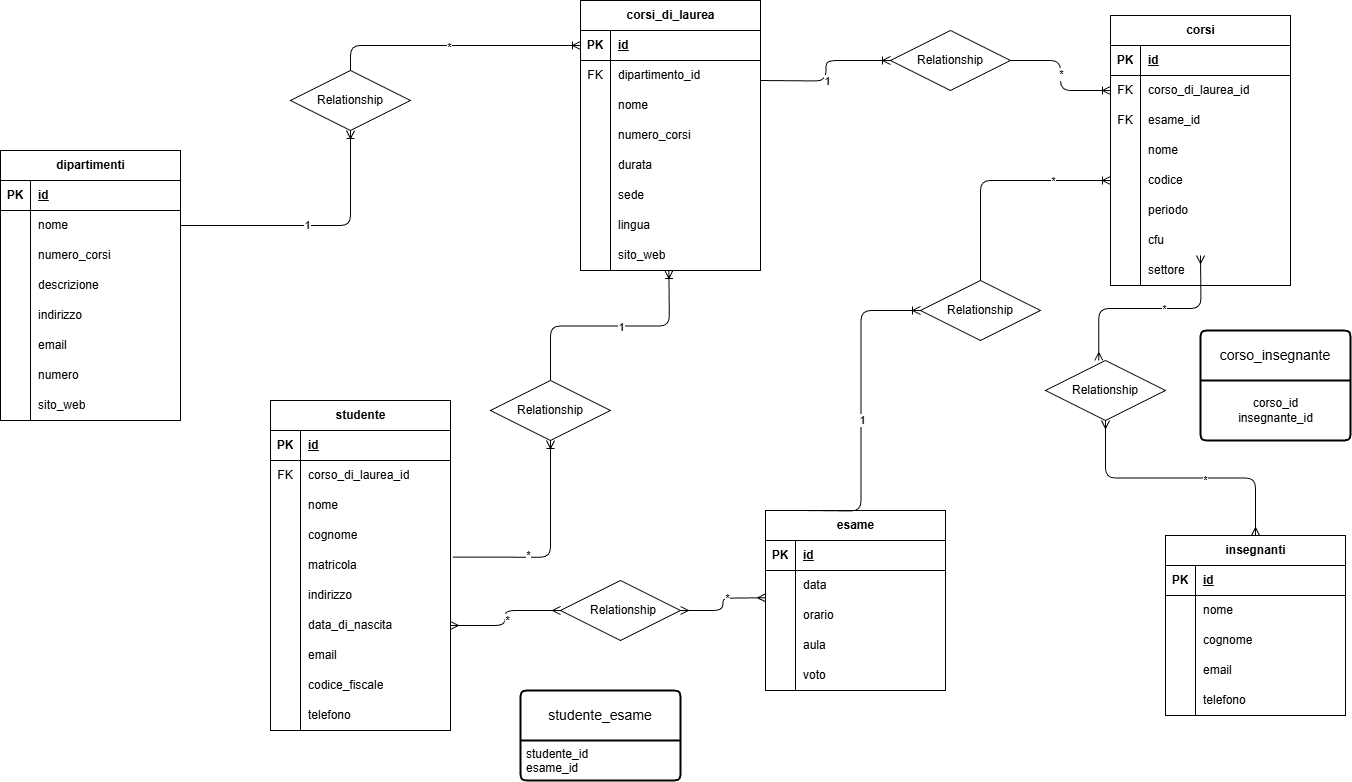
carminenicotera/db-university keeps this draw.io diagram as schema.png. Above is the earlier version. Source tidied: cells renumbered, new cells last; positions are measured from the earlier drawing's top-left corner, leaving out a move shared by most shapes.
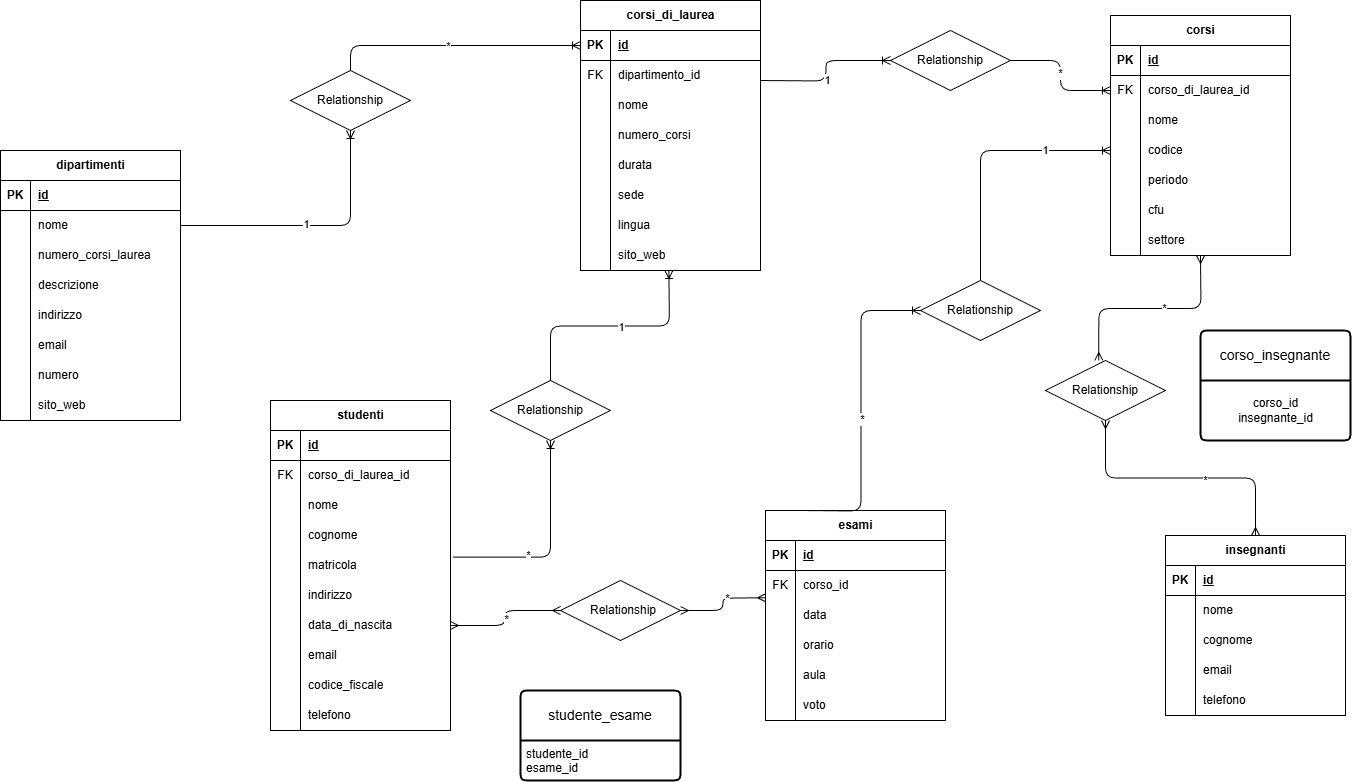
After the commit.

Diff of the diagram source:
```diff
@@ -29,7 +29,7 @@
     <mxCell id="10" style="shape=partialRectangle;fillColor=none;top=0;left=0;bottom=0;right=0;overflow=hidden;whiteSpace=wrap;html=1;" parent="9" vertex="1">
       <mxGeometry width="30" height="30" as="geometry" />
     </mxCell>
-    <mxCell id="11" value="numero_corsi" style="shape=partialRectangle;fillColor=none;top=0;left=0;bottom=0;right=0;align=left;spacingLeft=6;overflow=hidden;whiteSpace=wrap;html=1;" parent="9" vertex="1">
+    <mxCell id="11" value="numero_corsi_laurea" style="shape=partialRectangle;fillColor=none;top=0;left=0;bottom=0;right=0;align=left;spacingLeft=6;overflow=hidden;whiteSpace=wrap;html=1;" parent="9" vertex="1">
       <mxGeometry x="30" width="150" height="30" as="geometry" />
     </mxCell>
     <mxCell id="12" style="shape=tableRow;horizontal=0;startSize=0;swimlaneHead=0;swimlaneBody=0;fillColor=none;top=0;left=0;right=0;bottom=0;" parent="2" vertex="1">
@@ -153,7 +153,7 @@
       <mxGeometry x="30" width="150" height="30" as="geometry" />
     </mxCell>
     <mxCell id="52" value="corsi" style="shape=table;startSize=30;rowLines=0;fontStyle=1;align=center;html=1;" parent="1" vertex="1">
-      <mxGeometry x="1110" y="15" width="180" height="270" as="geometry" />
+      <mxGeometry x="1110" y="15" width="180" height="240" as="geometry" />
     </mxCell>
     <mxCell id="53" style="shape=tableRow;horizontal=0;startSize=0;swimlaneHead=0;swimlaneBody=0;fillColor=none;top=0;left=0;right=0;bottom=1;" parent="52" vertex="1">
       <mxGeometry y="30" width="180" height="30" as="geometry" />
@@ -173,17 +173,8 @@
     <mxCell id="58" value="corso_di_laurea_id" style="shape=partialRectangle;fillColor=none;top=0;left=0;bottom=0;right=0;align=left;spacingLeft=6;overflow=hidden;whiteSpace=wrap;html=1;" parent="56" vertex="1">
       <mxGeometry x="30" width="150" height="30" as="geometry" />
     </mxCell>
-    <mxCell id="59" style="shape=tableRow;horizontal=0;startSize=0;swimlaneHead=0;swimlaneBody=0;fillColor=none;top=0;left=0;right=0;bottom=0;" parent="52" vertex="1">
-      <mxGeometry y="90" width="180" height="30" as="geometry" />
-    </mxCell>
-    <mxCell id="60" value="FK" style="shape=partialRectangle;fillColor=none;top=0;left=0;bottom=0;right=0;overflow=hidden;whiteSpace=wrap;html=1;" parent="59" vertex="1">
-      <mxGeometry width="30" height="30" as="geometry" />
-    </mxCell>
-    <mxCell id="61" value="esame_id" style="shape=partialRectangle;fillColor=none;top=0;left=0;bottom=0;right=0;align=left;spacingLeft=6;overflow=hidden;whiteSpace=wrap;html=1;" parent="59" vertex="1">
-      <mxGeometry x="30" width="150" height="30" as="geometry" />
-    </mxCell>
     <mxCell id="62" style="shape=tableRow;horizontal=0;startSize=0;swimlaneHead=0;swimlaneBody=0;fillColor=none;top=0;left=0;right=0;bottom=0;" parent="52" vertex="1">
-      <mxGeometry y="120" width="180" height="30" as="geometry" />
+      <mxGeometry y="90" width="180" height="30" as="geometry" />
     </mxCell>
     <mxCell id="63" style="shape=partialRectangle;fillColor=none;top=0;left=0;bottom=0;right=0;overflow=hidden;whiteSpace=wrap;html=1;" parent="62" vertex="1">
       <mxGeometry width="30" height="30" as="geometry" />
@@ -192,7 +183,7 @@
       <mxGeometry x="30" width="150" height="30" as="geometry" />
     </mxCell>
     <mxCell id="65" style="shape=tableRow;horizontal=0;startSize=0;swimlaneHead=0;swimlaneBody=0;fillColor=none;points=[[0,0.5],[1,0.5]];portConstraint=eastwest;top=0;left=0;right=0;bottom=0;" parent="52" vertex="1">
-      <mxGeometry y="150" width="180" height="30" as="geometry" />
+      <mxGeometry y="120" width="180" height="30" as="geometry" />
     </mxCell>
     <mxCell id="66" style="shape=partialRectangle;fillColor=none;top=0;left=0;bottom=0;right=0;overflow=hidden;whiteSpace=wrap;html=1;" parent="65" vertex="1">
       <mxGeometry width="30" height="30" as="geometry" />
@@ -201,7 +192,7 @@
       <mxGeometry x="30" width="150" height="30" as="geometry" />
     </mxCell>
     <mxCell id="68" style="shape=tableRow;horizontal=0;startSize=0;swimlaneHead=0;swimlaneBody=0;fillColor=none;top=0;left=0;right=0;bottom=0;" parent="52" vertex="1">
-      <mxGeometry y="180" width="180" height="30" as="geometry" />
+      <mxGeometry y="150" width="180" height="30" as="geometry" />
     </mxCell>
     <mxCell id="69" style="shape=partialRectangle;fillColor=none;top=0;left=0;bottom=0;right=0;overflow=hidden;whiteSpace=wrap;html=1;" parent="68" vertex="1">
       <mxGeometry width="30" height="30" as="geometry" />
@@ -210,7 +201,7 @@
       <mxGeometry x="30" width="150" height="30" as="geometry" />
     </mxCell>
     <mxCell id="71" style="shape=tableRow;horizontal=0;startSize=0;swimlaneHead=0;swimlaneBody=0;fillColor=none;top=0;left=0;right=0;bottom=0;" parent="52" vertex="1">
-      <mxGeometry y="210" width="180" height="30" as="geometry" />
+      <mxGeometry y="180" width="180" height="30" as="geometry" />
     </mxCell>
     <mxCell id="72" style="shape=partialRectangle;fillColor=none;top=0;left=0;bottom=0;right=0;overflow=hidden;whiteSpace=wrap;html=1;" parent="71" vertex="1">
       <mxGeometry width="30" height="30" as="geometry" />
@@ -219,7 +210,7 @@
       <mxGeometry x="30" width="150" height="30" as="geometry" />
     </mxCell>
     <mxCell id="74" style="shape=tableRow;horizontal=0;startSize=0;swimlaneHead=0;swimlaneBody=0;fillColor=none;top=0;left=0;right=0;bottom=0;" parent="52" vertex="1">
-      <mxGeometry y="240" width="180" height="30" as="geometry" />
+      <mxGeometry y="210" width="180" height="30" as="geometry" />
     </mxCell>
     <mxCell id="75" style="shape=partialRectangle;fillColor=none;top=0;left=0;bottom=0;right=0;overflow=hidden;whiteSpace=wrap;html=1;" parent="74" vertex="1">
       <mxGeometry width="30" height="30" as="geometry" />
@@ -275,8 +266,8 @@
     <mxCell id="92" value="telefono" style="shape=partialRectangle;fillColor=none;top=0;left=0;bottom=0;right=0;align=left;spacingLeft=6;overflow=hidden;whiteSpace=wrap;html=1;" parent="90" vertex="1">
       <mxGeometry x="30" width="150" height="30" as="geometry" />
     </mxCell>
-    <mxCell id="93" value="esame" style="shape=table;startSize=30;rowLines=0;fontStyle=1;align=center;html=1;" parent="1" vertex="1">
-      <mxGeometry x="765" y="510" width="180" height="180" as="geometry" />
+    <mxCell id="93" value="esami" style="shape=table;startSize=30;rowLines=0;fontStyle=1;align=center;html=1;" parent="1" vertex="1">
+      <mxGeometry x="765" y="510" width="180" height="210" as="geometry" />
     </mxCell>
     <mxCell id="94" style="shape=tableRow;horizontal=0;startSize=0;swimlaneHead=0;swimlaneBody=0;fillColor=none;top=0;left=0;right=0;bottom=1;" parent="93" vertex="1">
       <mxGeometry y="30" width="180" height="30" as="geometry" />
@@ -290,14 +281,23 @@
     <mxCell id="97" style="shape=tableRow;horizontal=0;startSize=0;swimlaneHead=0;swimlaneBody=0;fillColor=none;top=0;left=0;right=0;bottom=0;" parent="93" vertex="1">
       <mxGeometry y="60" width="180" height="30" as="geometry" />
     </mxCell>
-    <mxCell id="98" style="shape=partialRectangle;fillColor=none;top=0;left=0;bottom=0;right=0;overflow=hidden;whiteSpace=wrap;html=1;" parent="97" vertex="1">
+    <mxCell id="98" value="FK" style="shape=partialRectangle;fillColor=none;top=0;left=0;bottom=0;right=0;overflow=hidden;whiteSpace=wrap;html=1;" parent="97" vertex="1">
       <mxGeometry width="30" height="30" as="geometry" />
     </mxCell>
-    <mxCell id="99" value="data" style="shape=partialRectangle;fillColor=none;top=0;left=0;bottom=0;right=0;align=left;spacingLeft=6;overflow=hidden;whiteSpace=wrap;html=1;" parent="97" vertex="1">
+    <mxCell id="99" value="corso_id" style="shape=partialRectangle;fillColor=none;top=0;left=0;bottom=0;right=0;align=left;spacingLeft=6;overflow=hidden;whiteSpace=wrap;html=1;" parent="97" vertex="1">
       <mxGeometry x="30" width="150" height="30" as="geometry" />
     </mxCell>
+    <mxCell id="59" style="shape=tableRow;horizontal=0;startSize=0;swimlaneHead=0;swimlaneBody=0;fillColor=none;top=0;left=0;right=0;bottom=0;" parent="93" vertex="1">
+      <mxGeometry y="90" width="180" height="30" as="geometry" />
+    </mxCell>
+    <mxCell id="174" style="shape=partialRectangle;fillColor=none;top=0;left=0;bottom=0;right=0;overflow=hidden;whiteSpace=wrap;html=1;" parent="59" vertex="1">
+      <mxGeometry width="30" height="30" as="geometry" />
+    </mxCell>
+    <mxCell id="175" value="data" style="shape=partialRectangle;fillColor=none;top=0;left=0;bottom=0;right=0;align=left;spacingLeft=6;overflow=hidden;whiteSpace=wrap;html=1;" parent="59" vertex="1">
+      <mxGeometry x="30" width="150" height="30" as="geometry" />
+    </mxCell>
     <mxCell id="100" style="shape=tableRow;horizontal=0;startSize=0;swimlaneHead=0;swimlaneBody=0;fillColor=none;top=0;left=0;right=0;bottom=0;" parent="93" vertex="1">
-      <mxGeometry y="90" width="180" height="30" as="geometry" />
+      <mxGeometry y="120" width="180" height="30" as="geometry" />
     </mxCell>
     <mxCell id="101" style="shape=partialRectangle;fillColor=none;top=0;left=0;bottom=0;right=0;overflow=hidden;whiteSpace=wrap;html=1;" parent="100" vertex="1">
       <mxGeometry width="30" height="30" as="geometry" />
@@ -306,7 +306,7 @@
       <mxGeometry x="30" width="150" height="30" as="geometry" />
     </mxCell>
     <mxCell id="103" style="shape=tableRow;horizontal=0;startSize=0;swimlaneHead=0;swimlaneBody=0;fillColor=none;top=0;left=0;right=0;bottom=0;" parent="93" vertex="1">
-      <mxGeometry y="120" width="180" height="30" as="geometry" />
+      <mxGeometry y="150" width="180" height="30" as="geometry" />
     </mxCell>
     <mxCell id="104" style="shape=partialRectangle;fillColor=none;top=0;left=0;bottom=0;right=0;overflow=hidden;whiteSpace=wrap;html=1;" parent="103" vertex="1">
       <mxGeometry width="30" height="30" as="geometry" />
@@ -315,7 +315,7 @@
       <mxGeometry x="30" width="150" height="30" as="geometry" />
     </mxCell>
     <mxCell id="106" style="shape=tableRow;horizontal=0;startSize=0;swimlaneHead=0;swimlaneBody=0;fillColor=none;top=0;left=0;right=0;bottom=0;" parent="93" vertex="1">
-      <mxGeometry y="150" width="180" height="30" as="geometry" />
+      <mxGeometry y="180" width="180" height="30" as="geometry" />
     </mxCell>
     <mxCell id="107" style="shape=partialRectangle;fillColor=none;top=0;left=0;bottom=0;right=0;overflow=hidden;whiteSpace=wrap;html=1;" parent="106" vertex="1">
       <mxGeometry width="30" height="30" as="geometry" />
@@ -323,7 +323,7 @@
     <mxCell id="108" value="voto" style="shape=partialRectangle;fillColor=none;top=0;left=0;bottom=0;right=0;align=left;spacingLeft=6;overflow=hidden;whiteSpace=wrap;html=1;" parent="106" vertex="1">
       <mxGeometry x="30" width="150" height="30" as="geometry" />
     </mxCell>
-    <mxCell id="109" value="studente" style="shape=table;startSize=30;rowLines=0;fontStyle=1;align=center;html=1;" parent="1" vertex="1">
+    <mxCell id="109" value="studenti" style="shape=table;startSize=30;rowLines=0;fontStyle=1;align=center;html=1;" parent="1" vertex="1">
       <mxGeometry x="270" y="400" width="180" height="330" as="geometry" />
     </mxCell>
     <mxCell id="110" style="shape=tableRow;horizontal=0;startSize=0;swimlaneHead=0;swimlaneBody=0;fillColor=none;top=0;left=0;right=0;bottom=1;" parent="109" vertex="1">
@@ -499,7 +499,7 @@
     <mxCell id="164" style="edgeStyle=orthogonalEdgeStyle;fontSize=12;html=1;endArrow=ERoneToMany;entryX=0;entryY=0.5;entryDx=0;entryDy=0;" parent="1" edge="1" source="168" target="65">
       <mxGeometry relative="1" as="geometry" />
     </mxCell>
-    <mxCell id="165" value="*" style="edgeLabel;html=1;align=center;verticalAlign=middle;" parent="164" vertex="1">
+    <mxCell id="165" value="1" style="edgeLabel;html=1;align=center;verticalAlign=middle;" parent="164" vertex="1">
       <mxGeometry x="0.49" relative="1" as="geometry" />
     </mxCell>
     <mxCell id="166" style="edgeStyle=orthogonalEdgeStyle;fontSize=12;html=1;endArrow=ERoneToMany;entryX=0;entryY=0.5;entryDx=0;entryDy=0;" parent="1" edge="1" target="168">
@@ -507,7 +507,7 @@
         <mxPoint x="800" y="510" as="sourcePoint" />
       </mxGeometry>
     </mxCell>
-    <mxCell id="167" value="1" style="edgeLabel;html=1;align=center;verticalAlign=middle;" parent="166" vertex="1">
+    <mxCell id="167" value="*" style="edgeLabel;html=1;align=center;verticalAlign=middle;" parent="166" vertex="1">
       <mxGeometry x="-0.05" y="-1" relative="1" as="geometry" />
     </mxCell>
     <mxCell id="168" value="Relationship" style="shape=rhombus;perimeter=rhombusPerimeter;whiteSpace=wrap;html=1;align=center;" parent="1" vertex="1">
```
